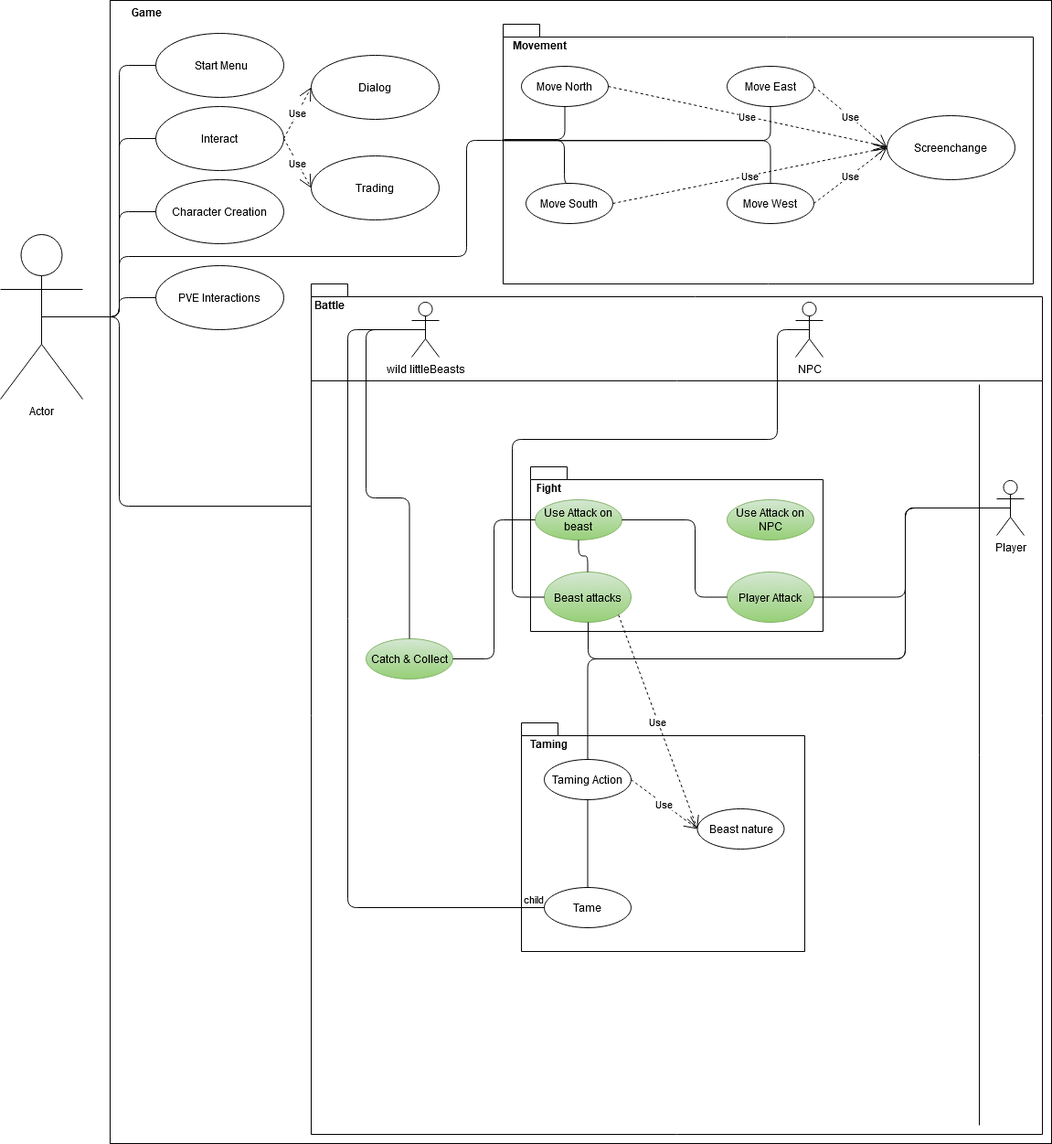
This is use_cases.png from LittleBeasts/documentation, a draw.io export, as it was before one commit. Source tidied: cells renumbered, new cells last; positions are measured from the earlier drawing's top-left corner, leaving out a move shared by most shapes.
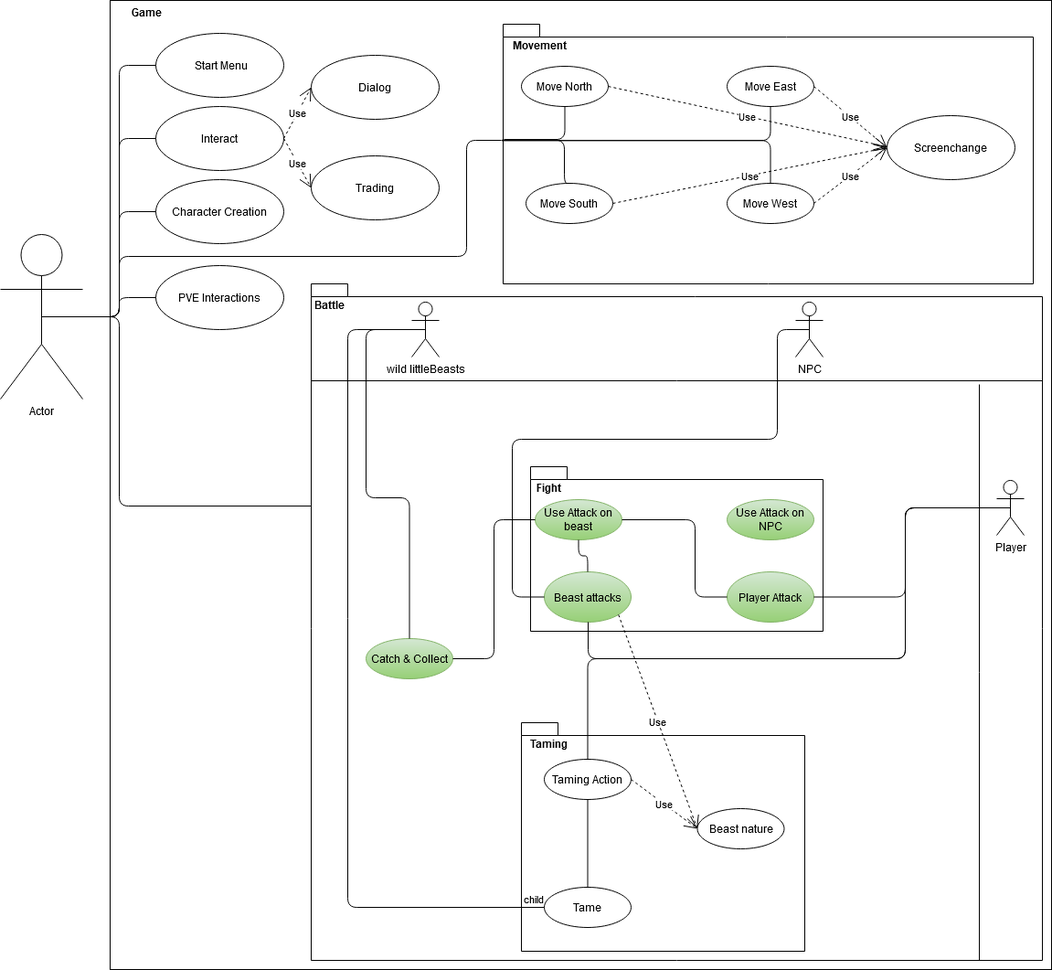
After the commit.

What changed in the source:
```diff
@@ -6,7 +6,7 @@
       <mxGeometry y="256" width="90" height="180" as="geometry" />
     </mxCell>
     <mxCell id="3" style="html=1;" parent="1" vertex="1">
-      <mxGeometry x="120" width="1030" height="1250" as="geometry" />
+      <mxGeometry x="120" width="1030" height="1060" as="geometry" />
     </mxCell>
     <mxCell id="4" value="Game" style="text;align=center;fontStyle=1;verticalAlign=middle;spacingLeft=3;spacingRight=3;strokeColor=none;" parent="1" vertex="1">
       <mxGeometry x="120" width="80" height="26" as="geometry" />
@@ -58,7 +58,7 @@
       </mxGeometry>
     </mxCell>
     <mxCell id="17" style="shape=folder;fontStyle=1;spacingTop=10;tabWidth=40;tabHeight=14;tabPosition=left;html=1;" parent="1" vertex="1">
-      <mxGeometry x="340" y="310" width="800" height="930" as="geometry" />
+      <mxGeometry x="340" y="310" width="800" height="740" as="geometry" />
     </mxCell>
     <mxCell id="18" value="Battle" style="text;align=center;fontStyle=1;verticalAlign=middle;spacingLeft=3;spacingRight=3;strokeColor=none;" parent="1" vertex="1">
       <mxGeometry x="320" y="320" width="80" height="26" as="geometry" />
@@ -67,7 +67,7 @@
       <mxGeometry x="340" y="412" width="800" height="8" as="geometry" />
     </mxCell>
     <mxCell id="20" style="line;strokeWidth=1;fillColor=none;align=left;verticalAlign=middle;spacingTop=-1;spacingLeft=3;spacingRight=3;labelPosition=right;direction=south;" parent="1" vertex="1">
-      <mxGeometry x="1070" y="420" width="2" height="810" as="geometry" />
+      <mxGeometry x="1070" y="420" width="2" height="630" as="geometry" />
     </mxCell>
     <mxCell id="21" value="Player" style="shape=umlActor;verticalLabelPosition=bottom;verticalAlign=top;html=1;" parent="1" vertex="1">
       <mxGeometry x="1090" y="525" width="30" height="60" as="geometry" />
@@ -272,5 +272,8 @@
     <mxCell id="65" value="Use" style="endArrow=open;endSize=12;dashed=1;html=1;exitX=1;exitY=1;exitDx=0;exitDy=0;entryX=0;entryY=0.5;entryDx=0;entryDy=0;" parent="1" edge="1" source="28" target="42">
       <mxGeometry relative="1" as="geometry" />
     </mxCell>
+    <mxCell id="66" style="edgeStyle=orthogonalEdgeStyle;rounded=0;orthogonalLoop=1;jettySize=auto;html=1;exitX=0.5;exitY=1;exitDx=0;exitDy=0;exitPerimeter=0;" parent="1" edge="1" source="17" target="17">
+      <mxGeometry relative="1" as="geometry" />
+    </mxCell>
   </root>
 </mxGraphModel>
```
